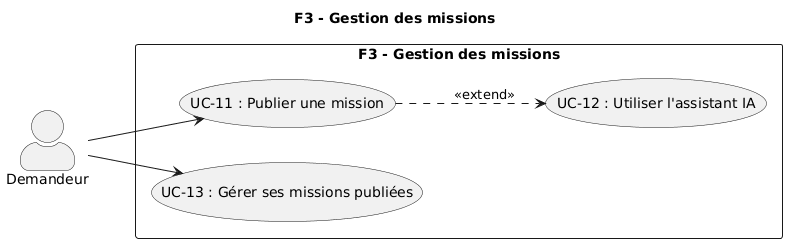
This is images/diagramme_cu_p3.png from KazeHolloway/Projet_LaTex, a PlantUML export, as it was before one commit.
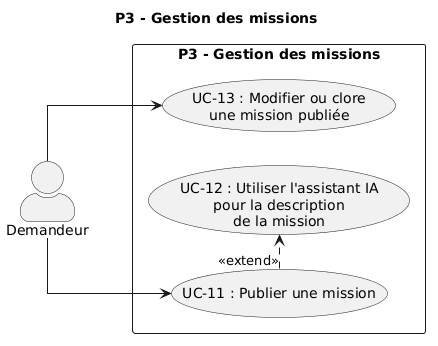
Above is the later version.

Commit message:
PreÃÃmière correction des diagramme de cas d'utilisation

Change to the diagram source:
```diff
@@ -1,18 +1,19 @@
 @startuml
-title F3 - Gestion des missions
+title P3 - Gestion des missions
 
 left to right direction
 skinparam actorStyle awesome
+skinparam linetype ortho
 
 actor "Demandeur" as demandeur
 
-rectangle "F3 - Gestion des missions" {
+rectangle "P3 - Gestion des missions" {
   usecase "UC-11 : Publier une mission" as UC11
-  usecase "UC-12 : Utiliser l'assistant IA" as UC12
-  usecase "UC-13 : Gérer ses missions publiées" as UC13
+  usecase "UC-12 : Utiliser l'assistant IA\npour la description\nde la mission" as UC12
+  usecase "UC-13 : Modifier ou clore\nune mission publiée" as UC13
 }
 
-UC11 .down.> UC12 : <<extend>>
+UC11 .> UC12 : <<extend>>
 
 demandeur --> UC11
 demandeur --> UC13
```
